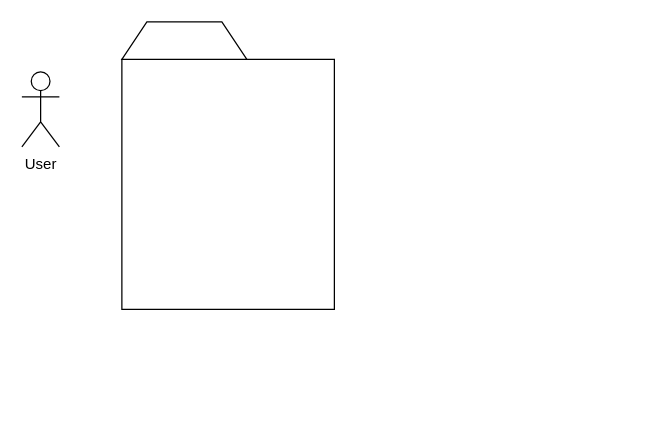
Before: UML-Diagrams/Bug-Report-System/Use-Case-Diagram.drawio in ConradCJM/Bug-Terra, a draw.io diagram. Source tidied: cells renumbered, new cells numbered last; positions are measured from the earlier drawing's top-left corner, leaving out a move shared by most shapes. Both pictures are drawn from the tidied source at 125%, with x=0, y=0 at pixel (21, 21).
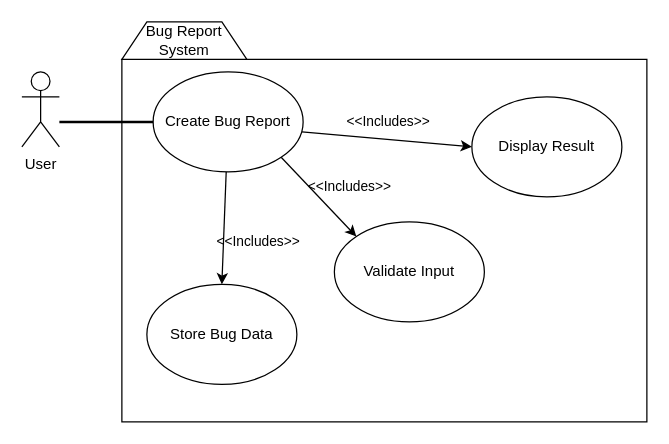
Above is the later version.

What changed in the source:
```diff
@@
-<mxGraphModel>
+<mxGraphModel background="light-dark(#ffffff, #DEDEDE)">
   <root>
     <mxCell id="0" />
     <mxCell id="1" parent="0" />
     <mxCell id="2" value="User" style="shape=umlActor;verticalLabelPosition=bottom;verticalAlign=top;html=1;" parent="1" vertex="1">
       <mxGeometry y="40" width="30" height="60" as="geometry" />
     </mxCell>
     <mxCell id="3" style="rounded=0;whiteSpace=wrap;html=1;" parent="1" vertex="1">
-      <mxGeometry x="80" y="30" width="170" height="200" as="geometry" />
+      <mxGeometry x="80" y="30" width="420" height="290" as="geometry" />
     </mxCell>
-    <mxCell id="4" style="shape=trapezoid;perimeter=trapezoidPerimeter;whiteSpace=wrap;html=1;fixedSize=1;" parent="1" vertex="1">
+    <mxCell id="4" value="Bug Report System" style="shape=trapezoid;perimeter=trapezoidPerimeter;whiteSpace=wrap;html=1;fixedSize=1;" parent="1" vertex="1">
       <mxGeometry x="80" width="100" height="30" as="geometry" />
     </mxCell>
+    <mxCell id="5" style="rounded=0;jettySize=auto;html=1;exitX=1;exitY=1;exitDx=0;exitDy=0;entryX=0;entryY=0;entryDx=0;entryDy=0;" parent="1" edge="1" source="7" target="8">
+      <mxGeometry relative="1" as="geometry" />
+    </mxCell>
+    <mxCell id="6" style="rounded=0;jettySize=auto;html=1;entryX=0.5;entryY=0;entryDx=0;entryDy=0;" parent="1" edge="1" source="7" target="9">
+      <mxGeometry relative="1" as="geometry" />
+    </mxCell>
+    <mxCell id="7" value="Create Bug Report" style="ellipse;whiteSpace=wrap;html=1;" parent="1" vertex="1">
+      <mxGeometry x="105" y="40" width="120" height="80" as="geometry" />
+    </mxCell>
+    <mxCell id="8" value="Validate Input" style="ellipse;whiteSpace=wrap;html=1;" parent="1" vertex="1">
+      <mxGeometry x="250" y="160" width="120" height="80" as="geometry" />
+    </mxCell>
+    <mxCell id="9" value="Store Bug Data" style="ellipse;whiteSpace=wrap;html=1;" parent="1" vertex="1">
+      <mxGeometry x="100" y="210" width="120" height="80" as="geometry" />
+    </mxCell>
+    <mxCell id="10" value="Display Result" style="ellipse;whiteSpace=wrap;html=1;" parent="1" vertex="1">
+      <mxGeometry x="360" y="60" width="120" height="80" as="geometry" />
+    </mxCell>
+    <mxCell id="11" style="endArrow=none;html=1;rounded=0;exitX=0;exitY=0.5;exitDx=0;exitDy=0;strokeWidth=2;" parent="1" edge="1" source="7">
+      <mxGeometry relative="1" as="geometry">
+        <mxPoint x="30" y="80" as="targetPoint" />
+      </mxGeometry>
+    </mxCell>
+    <mxCell id="12" style="endArrow=classic;html=1;rounded=0;exitX=0.992;exitY=0.6;exitDx=0;exitDy=0;exitPerimeter=0;entryX=0;entryY=0.5;entryDx=0;entryDy=0;" parent="1" edge="1" source="7" target="10">
+      <mxGeometry relative="1" as="geometry" />
+    </mxCell>
+    <mxCell id="13" value="&amp;lt;&amp;lt;Includes&amp;gt;&amp;gt;" style="edgeLabel;html=1;align=center;verticalAlign=middle;labelBackgroundColor=none;" parent="12" vertex="1">
+      <mxGeometry x="0.15" y="-1" relative="1" as="geometry">
+        <mxPoint x="-9" y="-16" as="offset" />
+      </mxGeometry>
+    </mxCell>
+    <mxCell id="14" value="&amp;lt;&amp;lt;Includes&amp;gt;&amp;gt;" style="edgeLabel;html=1;align=center;verticalAlign=middle;labelBackgroundColor=none;" parent="1" vertex="1">
+      <mxGeometry x="261" y="131" as="geometry" />
+    </mxCell>
+    <mxCell id="15" value="&amp;lt;&amp;lt;Includes&amp;gt;&amp;gt;" style="edgeLabel;html=1;align=center;verticalAlign=middle;labelBackgroundColor=none;" parent="1" vertex="1">
+      <mxGeometry x="188" y="175" as="geometry" />
+    </mxCell>
   </root>
 </mxGraphModel>
```
